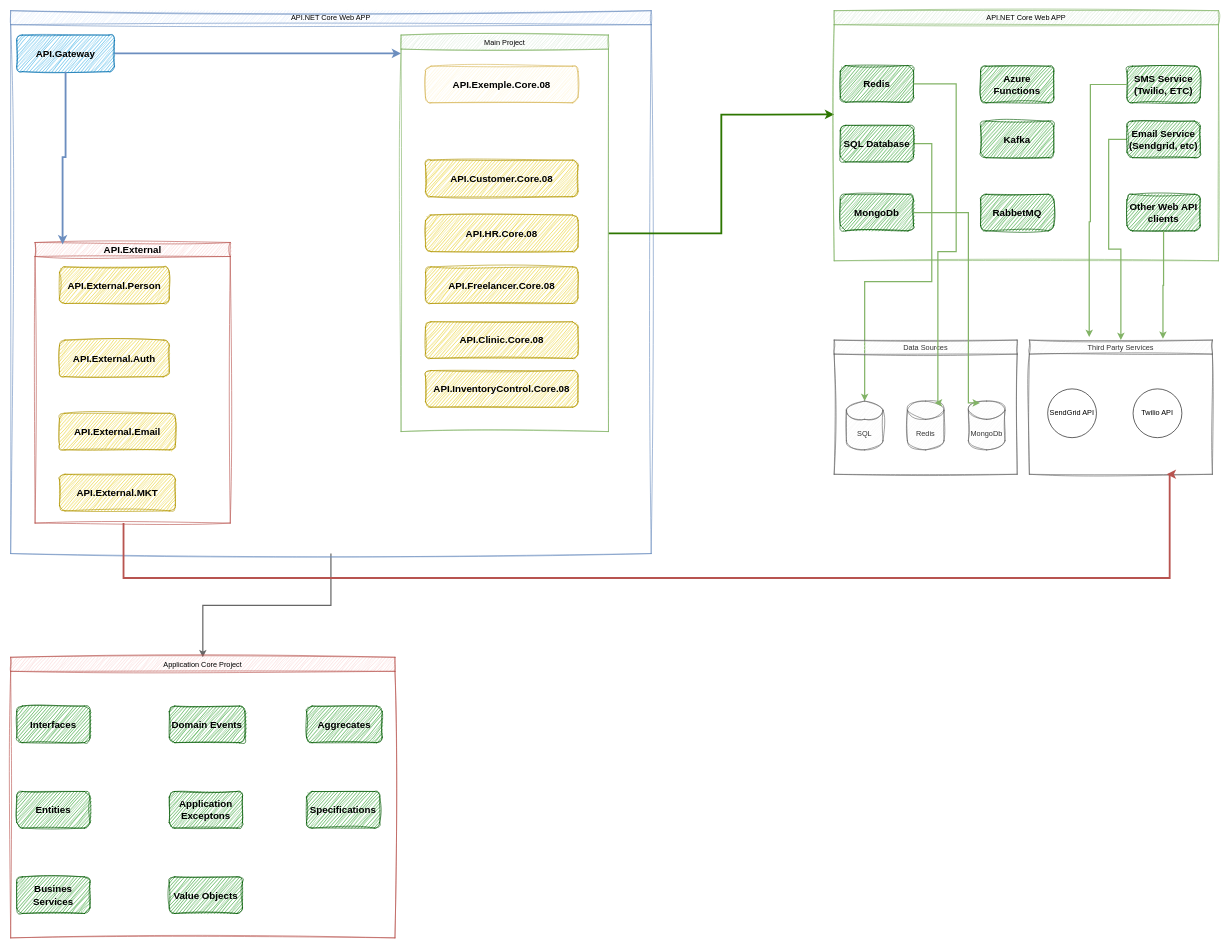
This is page "Architecture" (3 of 5) of Documento/01 - Architecture/01 - Architecture.drawio from gfmaurila/poc.ddd.cqrs.laboratorio.2025, a draw.io file, before an edit. Source tidied: cells renumbered, new cells numbered last; positions are measured from the earlier drawing's top-left corner, leaving out a move shared by most shapes. Both pictures are drawn from the tidied source at 61%, with x=0, y=0 at pixel (10, 10).
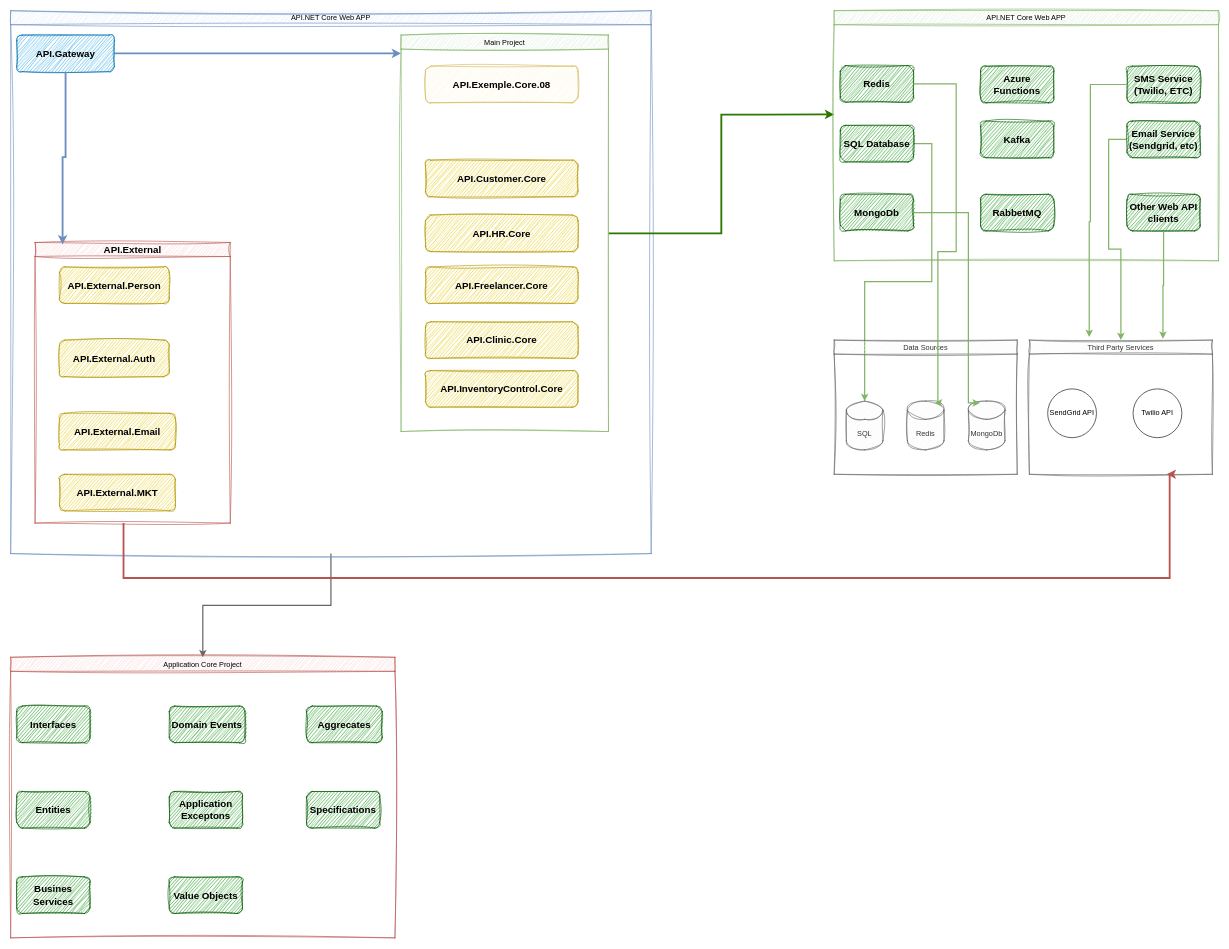
The same page after the edit.

Unchanged cells that the change refers to:
```xml
<mxCell id="12" value="Main Project" style="swimlane;whiteSpace=wrap;html=1;sketch=1;curveFitting=1;jiggle=2;fillColor=#d5e8d4;strokeColor=#82b366;fontStyle=0;" parent="3" vertex="1">
  <mxGeometry x="640" y="40" width="340" height="650" as="geometry" />
</mxCell>
```

The edit, as a diff of the source:
```diff
@@
-    <mxCell id="14" value="API.HR.Core.08" style="rounded=1;whiteSpace=wrap;html=1;sketch=1;curveFitting=1;jiggle=2;fillColor=#e3c800;fontColor=#000000;strokeColor=#B09500;fontSize=16;fontStyle=1;" parent="12" vertex="1">
+    <mxCell id="14" value="API.HR.Core" style="rounded=1;whiteSpace=wrap;html=1;sketch=1;curveFitting=1;jiggle=2;fillColor=#e3c800;fontColor=#000000;strokeColor=#B09500;fontSize=16;fontStyle=1;" parent="12" vertex="1">
       <mxGeometry x="40" y="295" width="250" height="60" as="geometry" />
     </mxCell>
-    <mxCell id="15" value="API.Freelancer.Core.08" style="rounded=1;whiteSpace=wrap;html=1;sketch=1;curveFitting=1;jiggle=2;fillColor=#e3c800;fontColor=#000000;strokeColor=#B09500;fontSize=16;fontStyle=1;" parent="12" vertex="1">
+    <mxCell id="15" value="API.Freelancer.Core" style="rounded=1;whiteSpace=wrap;html=1;sketch=1;curveFitting=1;jiggle=2;fillColor=#e3c800;fontColor=#000000;strokeColor=#B09500;fontSize=16;fontStyle=1;" parent="12" vertex="1">
       <mxGeometry x="40" y="380" width="250" height="60" as="geometry" />
     </mxCell>
-    <mxCell id="16" value="API.InventoryControl.Core.08" style="rounded=1;whiteSpace=wrap;html=1;sketch=1;curveFitting=1;jiggle=2;fillColor=#e3c800;fontColor=#000000;strokeColor=#B09500;fontSize=16;fontStyle=1;" parent="12" vertex="1">
+    <mxCell id="16" value="API.InventoryControl.Core" style="rounded=1;whiteSpace=wrap;html=1;sketch=1;curveFitting=1;jiggle=2;fillColor=#e3c800;fontColor=#000000;strokeColor=#B09500;fontSize=16;fontStyle=1;" parent="12" vertex="1">
       <mxGeometry x="40" y="550" width="250" height="60" as="geometry" />
     </mxCell>
-    <mxCell id="17" value="API.Clinic.Core.08" style="rounded=1;whiteSpace=wrap;html=1;sketch=1;curveFitting=1;jiggle=2;fillColor=#e3c800;fontColor=#000000;strokeColor=#B09500;fontSize=16;fontStyle=1;" parent="12" vertex="1">
+    <mxCell id="17" value="API.Clinic.Core" style="rounded=1;whiteSpace=wrap;html=1;sketch=1;curveFitting=1;jiggle=2;fillColor=#e3c800;fontColor=#000000;strokeColor=#B09500;fontSize=16;fontStyle=1;" parent="12" vertex="1">
       <mxGeometry x="40" y="470" width="250" height="60" as="geometry" />
     </mxCell>
@@
-    <mxCell id="52" value="API.&lt;b&gt;Customer&lt;/b&gt;.Core.08" style="rounded=1;whiteSpace=wrap;html=1;sketch=1;curveFitting=1;jiggle=2;fillColor=#e3c800;fontColor=#000000;strokeColor=#B09500;fontSize=16;fontStyle=1;" parent="1" vertex="1">
+    <mxCell id="52" value="API.&lt;b&gt;Customer&lt;/b&gt;.Core" style="rounded=1;whiteSpace=wrap;html=1;sketch=1;curveFitting=1;jiggle=2;fillColor=#e3c800;fontColor=#000000;strokeColor=#B09500;fontSize=16;fontStyle=1;" parent="1" vertex="1">
       <mxGeometry x="680" y="245" width="250" height="60" as="geometry" />
     </mxCell>
```
